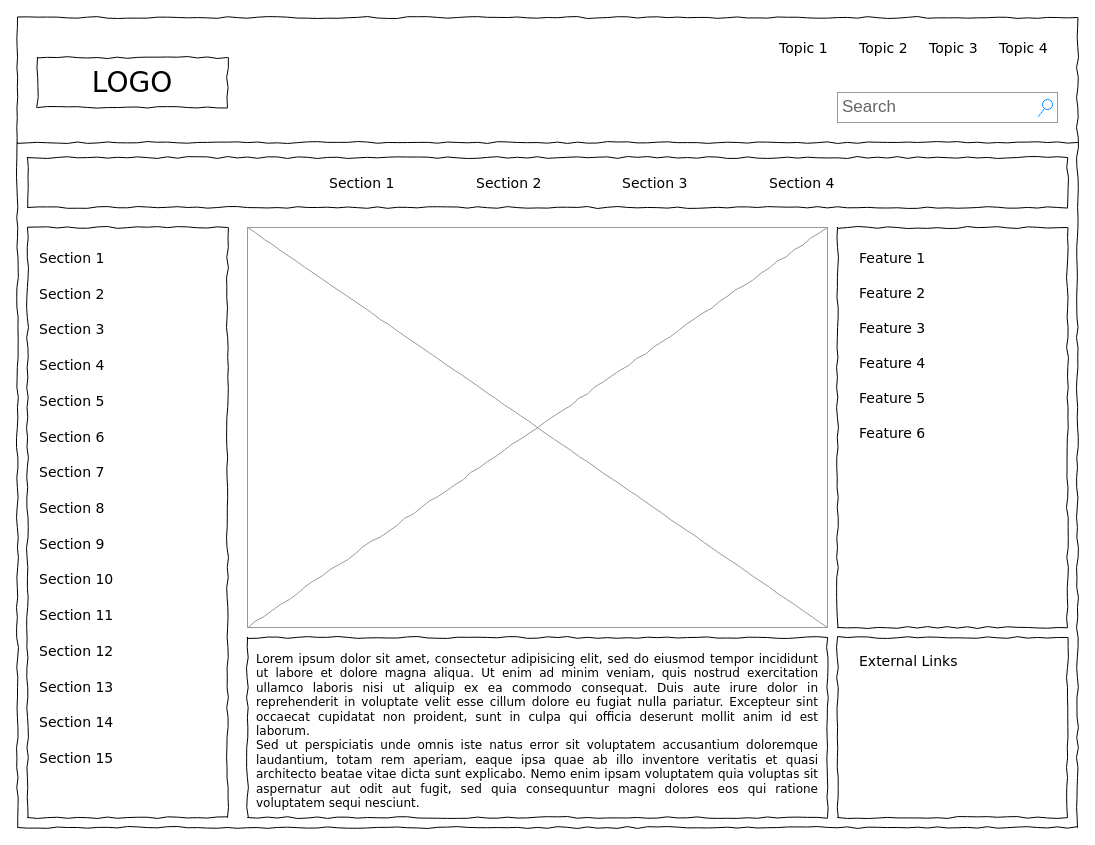
The draw.io diagram Untitled Diagram.drawio in cashmy/SW_Collectibles, before the edit. Source tidied: cells renumbered, new cells numbered last; positions are measured from the earlier drawing's top-left corner, leaving out a move shared by most shapes. Both pictures are drawn from the tidied source at 100%, with x=0, y=0 at pixel (17, 17).
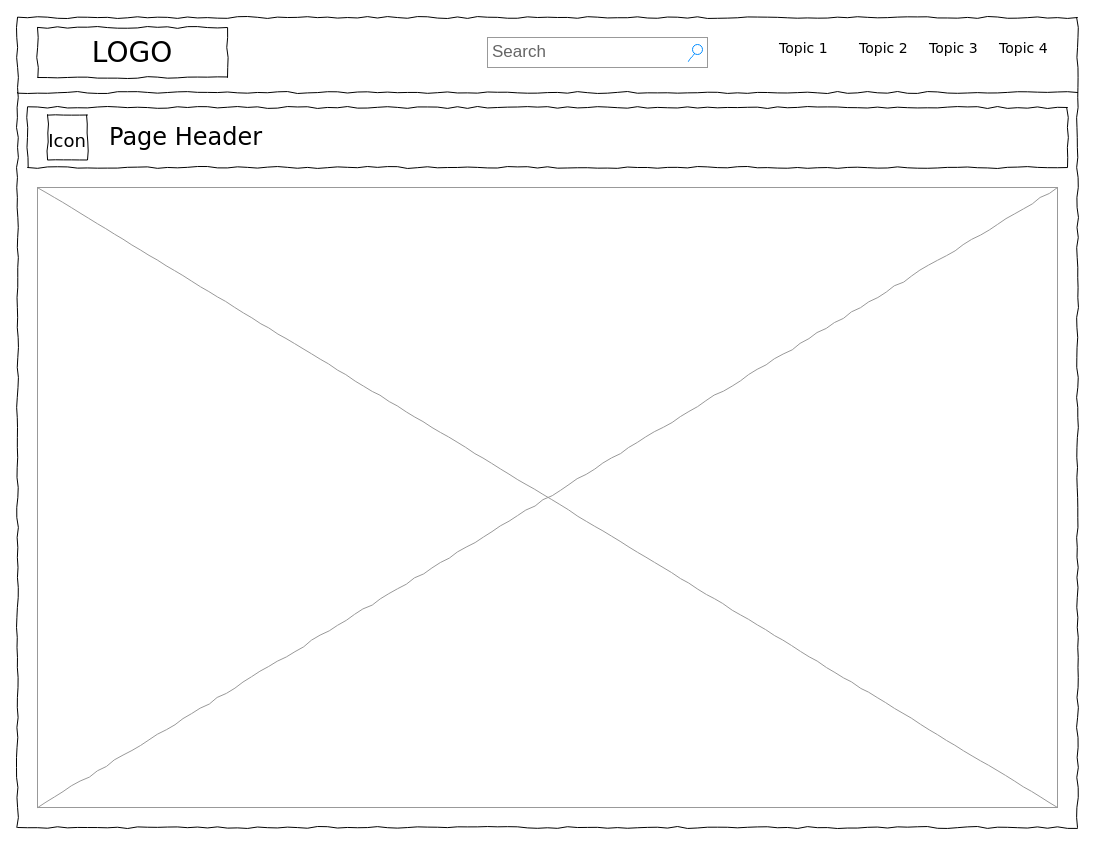
The same page after the edit.

What changed in the source:
```diff
@@
     <mxCell id="3" value="LOGO" style="whiteSpace=wrap;html=1;rounded=0;shadow=0;labelBackgroundColor=none;strokeWidth=1;fontFamily=Verdana;fontSize=28;align=center;comic=1;" parent="1" vertex="1">
-      <mxGeometry x="20" y="40" width="190" height="50" as="geometry" />
+      <mxGeometry x="20" y="10" width="190" height="50" as="geometry" />
     </mxCell>
     <mxCell id="4" value="Search" style="strokeWidth=1;shadow=0;dashed=0;align=center;html=1;shape=mxgraph.mockup.forms.searchBox;strokeColor=#999999;mainText=;strokeColor2=#008cff;fontColor=#666666;fontSize=17;align=left;spacingLeft=3;rounded=0;labelBackgroundColor=none;comic=1;" parent="1" vertex="1">
-      <mxGeometry x="820" y="75" width="220" height="30" as="geometry" />
+      <mxGeometry x="470" y="20" width="220" height="30" as="geometry" />
     </mxCell>
@@
-    <mxCell id="9" style="whiteSpace=wrap;html=1;rounded=0;shadow=0;labelBackgroundColor=none;strokeWidth=1;fillColor=none;fontFamily=Verdana;fontSize=12;align=center;comic=1;" parent="1" vertex="1">
-      <mxGeometry x="10" y="210" width="200" height="590" as="geometry" />
-    </mxCell>
     <mxCell id="10" style="line;strokeWidth=1;html=1;rounded=0;shadow=0;labelBackgroundColor=none;fillColor=none;fontFamily=Verdana;fontSize=14;fontColor=#000000;align=center;comic=1;" parent="1" vertex="1">
-      <mxGeometry y="120" width="1060" height="10" as="geometry" />
+      <mxGeometry y="20" width="1060" height="110" as="geometry" />
     </mxCell>
     <mxCell id="11" style="whiteSpace=wrap;html=1;rounded=0;shadow=0;labelBackgroundColor=none;strokeWidth=1;fillColor=none;fontFamily=Verdana;fontSize=12;align=center;comic=1;" parent="1" vertex="1">
-      <mxGeometry x="10" y="140" width="1040" height="50" as="geometry" />
+      <mxGeometry x="10" y="90" width="1040" height="60" as="geometry" />
     </mxCell>
-    <mxCell id="12" value="Section 1" style="text;html=1;align=left;verticalAlign=top;spacingTop=-4;fontSize=14;fontFamily=Verdana;" parent="1" vertex="1">
-      <mxGeometry x="310" y="155" width="60" height="20" as="geometry" />
+    <mxCell id="12" value="&lt;font style=&quot;font-size: 24px&quot;&gt;Page Header&lt;/font&gt;" style="text;html=1;align=left;verticalAlign=top;spacingTop=-4;fontSize=14;fontFamily=Verdana;" parent="1" vertex="1">
+      <mxGeometry x="90" y="102.5" width="180" height="35" as="geometry" />
     </mxCell>
-    <mxCell id="13" value="Section 2" style="text;html=1;align=left;verticalAlign=top;spacingTop=-4;fontSize=14;fontFamily=Verdana;" parent="1" vertex="1">
-      <mxGeometry x="457" y="155" width="60" height="20" as="geometry" />
-    </mxCell>
-    <mxCell id="14" value="Section 3" style="text;html=1;align=left;verticalAlign=top;spacingTop=-4;fontSize=14;fontFamily=Verdana;" parent="1" vertex="1">
-      <mxGeometry x="603" y="155" width="60" height="20" as="geometry" />
-    </mxCell>
-    <mxCell id="15" value="Section 4" style="text;html=1;align=left;verticalAlign=top;spacingTop=-4;fontSize=14;fontFamily=Verdana;" parent="1" vertex="1">
-      <mxGeometry x="750" y="155" width="60" height="20" as="geometry" />
-    </mxCell>
-    <mxCell id="16" value="&lt;div style=&quot;text-align: justify&quot;&gt;&lt;span&gt;Lorem ipsum dolor sit amet, consectetur adipisicing elit, sed do eiusmod tempor incididunt ut labore et dolore magna aliqua. Ut enim ad minim veniam, quis nostrud exercitation ullamco laboris nisi ut aliquip ex ea commodo consequat. Duis aute irure dolor in reprehenderit in voluptate velit esse cillum dolore eu fugiat nulla pariatur. Excepteur sint occaecat cupidatat non proident, sunt in culpa qui officia deserunt mollit anim id est laborum.&lt;/span&gt;&lt;/div&gt;&lt;div style=&quot;text-align: justify&quot;&gt;&lt;span&gt;Sed ut perspiciatis unde omnis iste natus error sit voluptatem accusantium doloremque laudantium, totam rem aperiam, eaque ipsa quae ab illo inventore veritatis et quasi architecto beatae vitae dicta sunt explicabo. Nemo enim ipsam voluptatem quia voluptas sit aspernatur aut odit aut fugit, sed quia consequuntur magni dolores eos qui ratione voluptatem sequi nesciunt.&amp;nbsp;&lt;/span&gt;&lt;/div&gt;" style="whiteSpace=wrap;html=1;rounded=0;shadow=0;labelBackgroundColor=none;strokeWidth=1;fillColor=none;fontFamily=Verdana;fontSize=12;align=center;verticalAlign=top;spacing=10;comic=1;" parent="1" vertex="1">
-      <mxGeometry x="230" y="620" width="580" height="180" as="geometry" />
-    </mxCell>
     <mxCell id="17" style="verticalLabelPosition=bottom;shadow=0;dashed=0;align=center;html=1;verticalAlign=top;strokeWidth=1;shape=mxgraph.mockup.graphics.simpleIcon;strokeColor=#999999;rounded=0;labelBackgroundColor=none;fontFamily=Verdana;fontSize=14;fontColor=#000000;comic=1;" parent="1" vertex="1">
-      <mxGeometry x="230" y="210" width="580" height="400" as="geometry" />
+      <mxGeometry x="20" y="170" width="1020" height="620" as="geometry" />
     </mxCell>
-    <mxCell id="18" style="whiteSpace=wrap;html=1;rounded=0;shadow=0;labelBackgroundColor=none;strokeWidth=1;fillColor=none;fontFamily=Verdana;fontSize=12;align=center;comic=1;" parent="1" vertex="1">
-      <mxGeometry x="820" y="210" width="230" height="400" as="geometry" />
-    </mxCell>
-    <mxCell id="19" style="whiteSpace=wrap;html=1;rounded=0;shadow=0;labelBackgroundColor=none;strokeWidth=1;fillColor=none;fontFamily=Verdana;fontSize=12;align=center;comic=1;" parent="1" vertex="1">
-      <mxGeometry x="820" y="620" width="230" height="180" as="geometry" />
-    </mxCell>
-    <mxCell id="20" value="Section 1" style="text;html=1;align=left;verticalAlign=top;spacingTop=-4;fontSize=14;fontFamily=Verdana;" parent="1" vertex="1">
-      <mxGeometry x="20" y="230" width="170" height="20" as="geometry" />
-    </mxCell>
-    <mxCell id="21" value="Section 2" style="text;html=1;align=left;verticalAlign=top;spacingTop=-4;fontSize=14;fontFamily=Verdana;" parent="1" vertex="1">
-      <mxGeometry x="20" y="266" width="170" height="20" as="geometry" />
-    </mxCell>
-    <mxCell id="22" value="Section 3" style="text;html=1;align=left;verticalAlign=top;spacingTop=-4;fontSize=14;fontFamily=Verdana;" parent="1" vertex="1">
-      <mxGeometry x="20" y="301" width="170" height="20" as="geometry" />
-    </mxCell>
-    <mxCell id="23" value="Section 4" style="text;html=1;align=left;verticalAlign=top;spacingTop=-4;fontSize=14;fontFamily=Verdana;" parent="1" vertex="1">
-      <mxGeometry x="20" y="337" width="170" height="20" as="geometry" />
-    </mxCell>
-    <mxCell id="24" value="Section 7" style="text;html=1;align=left;verticalAlign=top;spacingTop=-4;fontSize=14;fontFamily=Verdana;" parent="1" vertex="1">
-      <mxGeometry x="20" y="444" width="170" height="20" as="geometry" />
-    </mxCell>
-    <mxCell id="25" value="Section 8" style="text;html=1;align=left;verticalAlign=top;spacingTop=-4;fontSize=14;fontFamily=Verdana;" parent="1" vertex="1">
-      <mxGeometry x="20" y="480" width="170" height="20" as="geometry" />
-    </mxCell>
-    <mxCell id="26" value="Section 9" style="text;html=1;align=left;verticalAlign=top;spacingTop=-4;fontSize=14;fontFamily=Verdana;" parent="1" vertex="1">
-      <mxGeometry x="20" y="516" width="170" height="20" as="geometry" />
-    </mxCell>
-    <mxCell id="27" value="Section 10" style="text;html=1;align=left;verticalAlign=top;spacingTop=-4;fontSize=14;fontFamily=Verdana;" parent="1" vertex="1">
-      <mxGeometry x="20" y="551" width="170" height="20" as="geometry" />
-    </mxCell>
-    <mxCell id="28" value="Section 11" style="text;html=1;align=left;verticalAlign=top;spacingTop=-4;fontSize=14;fontFamily=Verdana;" parent="1" vertex="1">
-      <mxGeometry x="20" y="587" width="170" height="20" as="geometry" />
-    </mxCell>
-    <mxCell id="29" value="Section 12" style="text;html=1;align=left;verticalAlign=top;spacingTop=-4;fontSize=14;fontFamily=Verdana;" parent="1" vertex="1">
-      <mxGeometry x="20" y="623" width="170" height="20" as="geometry" />
-    </mxCell>
-    <mxCell id="30" value="Section 13" style="text;html=1;align=left;verticalAlign=top;spacingTop=-4;fontSize=14;fontFamily=Verdana;" parent="1" vertex="1">
-      <mxGeometry x="20" y="659" width="170" height="20" as="geometry" />
-    </mxCell>
-    <mxCell id="31" value="Section 14" style="text;html=1;align=left;verticalAlign=top;spacingTop=-4;fontSize=14;fontFamily=Verdana;" parent="1" vertex="1">
-      <mxGeometry x="20" y="694" width="170" height="20" as="geometry" />
-    </mxCell>
-    <mxCell id="32" value="Section 5" style="text;html=1;align=left;verticalAlign=top;spacingTop=-4;fontSize=14;fontFamily=Verdana;" parent="1" vertex="1">
-      <mxGeometry x="20" y="373" width="170" height="20" as="geometry" />
-    </mxCell>
-    <mxCell id="33" value="Section 6" style="text;html=1;align=left;verticalAlign=top;spacingTop=-4;fontSize=14;fontFamily=Verdana;" parent="1" vertex="1">
-      <mxGeometry x="20" y="409" width="170" height="20" as="geometry" />
-    </mxCell>
-    <mxCell id="34" value="Section 15" style="text;html=1;align=left;verticalAlign=top;spacingTop=-4;fontSize=14;fontFamily=Verdana;" parent="1" vertex="1">
-      <mxGeometry x="20" y="730" width="170" height="20" as="geometry" />
-    </mxCell>
-    <mxCell id="35" value="External Links" style="text;html=1;align=left;verticalAlign=top;spacingTop=-4;fontSize=14;fontFamily=Verdana;" parent="1" vertex="1">
-      <mxGeometry x="840" y="633" width="170" height="20" as="geometry" />
-    </mxCell>
-    <mxCell id="36" value="Feature 1" style="text;html=1;align=left;verticalAlign=top;spacingTop=-4;fontSize=14;fontFamily=Verdana;" parent="1" vertex="1">
-      <mxGeometry x="840" y="230" width="170" height="20" as="geometry" />
-    </mxCell>
-    <mxCell id="37" value="Feature 2" style="text;html=1;align=left;verticalAlign=top;spacingTop=-4;fontSize=14;fontFamily=Verdana;" parent="1" vertex="1">
-      <mxGeometry x="840" y="265" width="170" height="20" as="geometry" />
-    </mxCell>
-    <mxCell id="38" value="Feature 3" style="text;html=1;align=left;verticalAlign=top;spacingTop=-4;fontSize=14;fontFamily=Verdana;" parent="1" vertex="1">
-      <mxGeometry x="840" y="300" width="170" height="20" as="geometry" />
-    </mxCell>
-    <mxCell id="39" value="Feature 4" style="text;html=1;align=left;verticalAlign=top;spacingTop=-4;fontSize=14;fontFamily=Verdana;" parent="1" vertex="1">
-      <mxGeometry x="840" y="335" width="170" height="20" as="geometry" />
-    </mxCell>
-    <mxCell id="40" value="Feature 5" style="text;html=1;align=left;verticalAlign=top;spacingTop=-4;fontSize=14;fontFamily=Verdana;" parent="1" vertex="1">
-      <mxGeometry x="840" y="370" width="170" height="20" as="geometry" />
-    </mxCell>
-    <mxCell id="41" value="Feature 6" style="text;html=1;align=left;verticalAlign=top;spacingTop=-4;fontSize=14;fontFamily=Verdana;" parent="1" vertex="1">
-      <mxGeometry x="840" y="405" width="170" height="20" as="geometry" />
-    </mxCell>
+    <mxCell id="42" value="&lt;font style=&quot;font-size: 18px&quot;&gt;Icon&lt;/font&gt;" style="whiteSpace=wrap;html=1;rounded=0;shadow=0;labelBackgroundColor=none;strokeWidth=1;fontFamily=Verdana;fontSize=28;align=center;comic=1;" parent="1" vertex="1">
+      <mxGeometry x="30" y="97.5" width="40" height="45" as="geometry" />
+    </mxCell>
```
